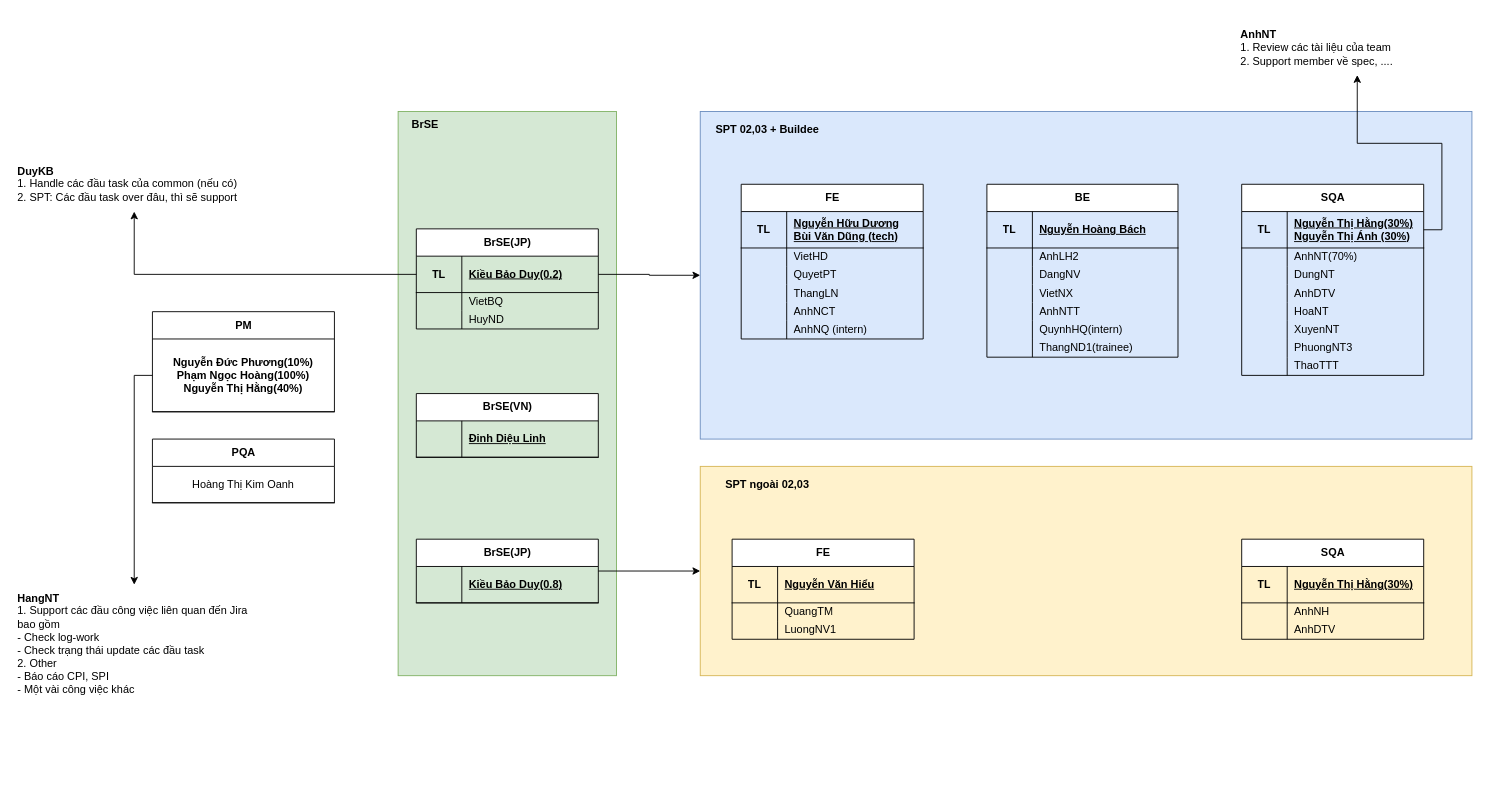
Above: page "Cơ cấu team" (7 of 9) of Biểu đồ không có tiêu đề.drawio in hoangpn256/diagram (draw.io), before the change. Source tidied: cells renumbered, new cells numbered last; positions are measured from the earlier drawing's top-left corner, leaving out a move shared by most shapes. Both pictures are drawn from the tidied source at 91%, with x=0, y=0 at pixel (15, 20).
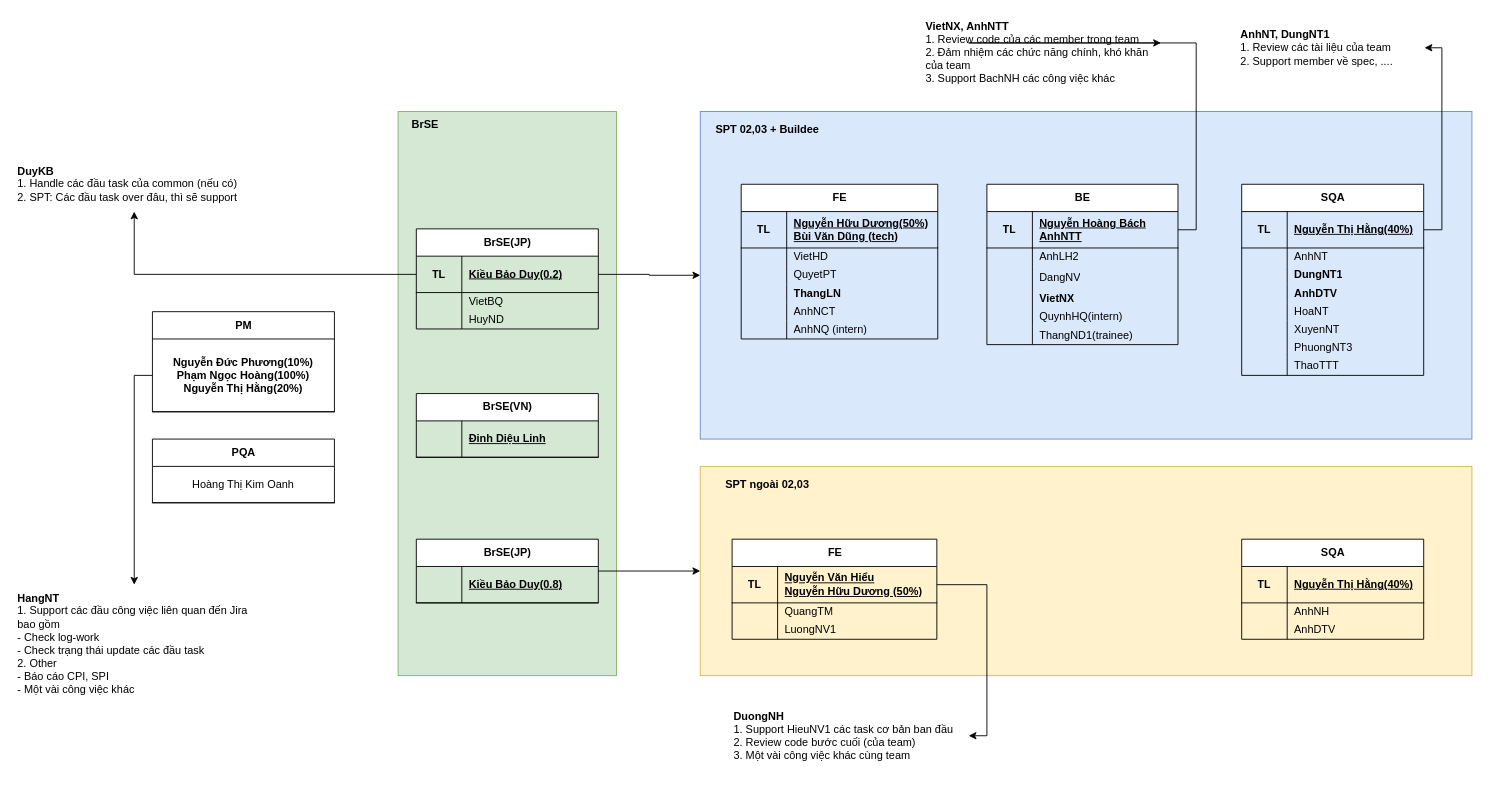
After the change.

Commit message:
Cập nhật Biểu đồ không có tiêu đề.drawio

Unchanged cells that the change refers to:
```xml
<mxCell id="25" style="shape=tableRow;horizontal=0;startSize=0;swimlaneHead=0;swimlaneBody=0;fillColor=none;points=[[0,0.5],[1,0.5]];portConstraint=eastwest;top=0;left=0;right=0;bottom=1;" parent="24" vertex="1">
  <mxGeometry y="30" width="210" height="40" as="geometry" />
</mxCell>
<mxCell id="46" value="SQA" style="shape=table;startSize=30;childLayout=tableLayout;rowLines=0;fontStyle=1;align=center;html=1;" parent="1" vertex="1">
  <mxGeometry x="1347" y="180" width="200" height="210" as="geometry" />
</mxCell>
<mxCell id="47" style="shape=tableRow;horizontal=0;startSize=0;swimlaneHead=0;swimlaneBody=0;fillColor=none;points=[[0,0.5],[1,0.5]];portConstraint=eastwest;top=0;left=0;right=0;bottom=1;" parent="46" vertex="1">
  <mxGeometry y="30" width="200" height="40" as="geometry" />
</mxCell>
<mxCell id="53" style="shape=tableRow;horizontal=0;startSize=0;swimlaneHead=0;swimlaneBody=0;fillColor=none;top=0;left=0;right=0;bottom=0;" parent="46" vertex="1">
  <mxGeometry y="90" width="200" height="20" as="geometry" />
</mxCell>
<mxCell id="56" style="shape=tableRow;horizontal=0;startSize=0;swimlaneHead=0;swimlaneBody=0;fillColor=none;top=0;left=0;right=0;bottom=0;" parent="46" vertex="1">
  <mxGeometry y="110" width="200" height="20" as="geometry" />
</mxCell>
<mxCell id="82" style="shape=tableRow;horizontal=0;startSize=0;swimlaneHead=0;swimlaneBody=0;fillColor=none;points=[[0,0.5],[1,0.5]];portConstraint=eastwest;top=0;left=0;right=0;bottom=1;" parent="81" vertex="1">
  <mxGeometry y="30" width="200" height="80" as="geometry" />
</mxCell>
<mxCell id="102" style="shape=tableRow;horizontal=0;startSize=0;swimlaneHead=0;swimlaneBody=0;fillColor=none;top=0;left=0;right=0;bottom=1;" parent="101" vertex="1">
  <mxGeometry y="30" width="200" height="40" as="geometry" />
</mxCell>
```

Diff of the diagram source:
```diff
@@
     <mxCell id="5" value="FE" style="shape=table;startSize=30;childLayout=tableLayout;rowLines=0;fontStyle=1;align=center;html=1;" parent="1" vertex="1">
-      <mxGeometry x="797" y="180" width="200" height="170" as="geometry" />
+      <mxGeometry x="797" y="180" width="216" height="170" as="geometry" />
     </mxCell>
     <mxCell id="6" style="shape=tableRow;horizontal=0;startSize=0;swimlaneHead=0;swimlaneBody=0;fillColor=none;top=0;left=0;right=0;bottom=1;" parent="5" vertex="1">
-      <mxGeometry y="30" width="200" height="40" as="geometry" />
+      <mxGeometry y="30" width="216" height="40" as="geometry" />
     </mxCell>
@@
-    <mxCell id="8" value="Nguyễn Hữu Dương&lt;br&gt;Bùi Văn Dũng (tech)" style="shape=partialRectangle;fillColor=none;top=0;left=0;bottom=0;right=0;align=left;spacingLeft=6;fontStyle=5;overflow=hidden;whiteSpace=wrap;html=1;" parent="6" vertex="1">
-      <mxGeometry x="50" width="150" height="40" as="geometry" />
+    <mxCell id="8" value="Nguyễn Hữu Dương(50%)&lt;br&gt;Bùi Văn Dũng (tech)" style="shape=partialRectangle;fillColor=none;top=0;left=0;bottom=0;right=0;align=left;spacingLeft=6;fontStyle=5;overflow=hidden;whiteSpace=wrap;html=1;" parent="6" vertex="1">
+      <mxGeometry x="50" width="166" height="40" as="geometry" />
     </mxCell>
     <mxCell id="9" style="shape=tableRow;horizontal=0;startSize=0;swimlaneHead=0;swimlaneBody=0;fillColor=none;top=0;left=0;right=0;bottom=0;" parent="5" vertex="1">
-      <mxGeometry y="70" width="200" height="20" as="geometry" />
+      <mxGeometry y="70" width="216" height="20" as="geometry" />
     </mxCell>
@@
     <mxCell id="11" value="VietHD" style="shape=partialRectangle;fillColor=none;top=0;left=0;bottom=0;right=0;align=left;spacingLeft=6;overflow=hidden;whiteSpace=wrap;html=1;" parent="9" vertex="1">
-      <mxGeometry x="50" width="150" height="20" as="geometry" />
+      <mxGeometry x="50" width="166" height="20" as="geometry" />
     </mxCell>
     <mxCell id="12" style="shape=tableRow;horizontal=0;startSize=0;swimlaneHead=0;swimlaneBody=0;fillColor=none;top=0;left=0;right=0;bottom=0;" parent="5" vertex="1">
-      <mxGeometry y="90" width="200" height="20" as="geometry" />
+      <mxGeometry y="90" width="216" height="20" as="geometry" />
     </mxCell>
@@
     <mxCell id="14" value="QuyetPT" style="shape=partialRectangle;fillColor=none;top=0;left=0;bottom=0;right=0;align=left;spacingLeft=6;overflow=hidden;whiteSpace=wrap;html=1;" parent="12" vertex="1">
-      <mxGeometry x="50" width="150" height="20" as="geometry" />
+      <mxGeometry x="50" width="166" height="20" as="geometry" />
     </mxCell>
     <mxCell id="15" style="shape=tableRow;horizontal=0;startSize=0;swimlaneHead=0;swimlaneBody=0;fillColor=none;top=0;left=0;right=0;bottom=0;" parent="5" vertex="1">
-      <mxGeometry y="110" width="200" height="20" as="geometry" />
+      <mxGeometry y="110" width="216" height="20" as="geometry" />
     </mxCell>
@@
-    <mxCell id="17" value="ThangLN" style="shape=partialRectangle;fillColor=none;top=0;left=0;bottom=0;right=0;align=left;spacingLeft=6;overflow=hidden;whiteSpace=wrap;html=1;" parent="15" vertex="1">
-      <mxGeometry x="50" width="150" height="20" as="geometry" />
+    <mxCell id="17" value="ThangLN" style="shape=partialRectangle;fillColor=none;top=0;left=0;bottom=0;right=0;align=left;spacingLeft=6;overflow=hidden;whiteSpace=wrap;html=1;fontStyle=1;" parent="15" vertex="1">
+      <mxGeometry x="50" width="166" height="20" as="geometry" />
     </mxCell>
     <mxCell id="18" style="shape=tableRow;horizontal=0;startSize=0;swimlaneHead=0;swimlaneBody=0;fillColor=none;top=0;left=0;right=0;bottom=0;" parent="5" vertex="1">
-      <mxGeometry y="130" width="200" height="20" as="geometry" />
+      <mxGeometry y="130" width="216" height="20" as="geometry" />
     </mxCell>
@@
     <mxCell id="20" value="AnhNCT" style="shape=partialRectangle;fillColor=none;top=0;left=0;bottom=0;right=0;align=left;spacingLeft=6;overflow=hidden;whiteSpace=wrap;html=1;" parent="18" vertex="1">
-      <mxGeometry x="50" width="150" height="20" as="geometry" />
+      <mxGeometry x="50" width="166" height="20" as="geometry" />
     </mxCell>
     <mxCell id="21" style="shape=tableRow;horizontal=0;startSize=0;swimlaneHead=0;swimlaneBody=0;fillColor=none;top=0;left=0;right=0;bottom=0;" parent="5" vertex="1">
-      <mxGeometry y="150" width="200" height="20" as="geometry" />
+      <mxGeometry y="150" width="216" height="20" as="geometry" />
     </mxCell>
@@
     <mxCell id="23" value="AnhNQ (intern)" style="shape=partialRectangle;fillColor=none;top=0;left=0;bottom=0;right=0;align=left;spacingLeft=6;overflow=hidden;whiteSpace=wrap;html=1;" parent="21" vertex="1">
-      <mxGeometry x="50" width="150" height="20" as="geometry" />
+      <mxGeometry x="50" width="166" height="20" as="geometry" />
     </mxCell>
     <mxCell id="24" value="BE" style="shape=table;startSize=30;childLayout=tableLayout;rowLines=0;fontStyle=1;align=center;html=1;" parent="1" vertex="1">
-      <mxGeometry x="1067" y="180" width="210" height="190" as="geometry" />
+      <mxGeometry x="1067" y="180" width="210" height="176.2" as="geometry" />
     </mxCell>
@@
-    <mxCell id="27" value="Nguyễn Hoàng Bách" style="shape=partialRectangle;fillColor=none;top=0;left=0;bottom=0;right=0;align=left;spacingLeft=6;fontStyle=5;overflow=hidden;whiteSpace=wrap;html=1;" parent="25" vertex="1">
+    <mxCell id="27" value="Nguyễn Hoàng Bách&lt;br&gt;AnhNTT" style="shape=partialRectangle;fillColor=none;top=0;left=0;bottom=0;right=0;align=left;spacingLeft=6;fontStyle=5;overflow=hidden;whiteSpace=wrap;html=1;" parent="25" vertex="1">
       <mxGeometry x="50" width="160" height="40" as="geometry" />
     </mxCell>
@@
     <mxCell id="31" style="shape=tableRow;horizontal=0;startSize=0;swimlaneHead=0;swimlaneBody=0;fillColor=none;top=0;left=0;right=0;bottom=0;" parent="24" vertex="1">
-      <mxGeometry y="90" width="210" height="20" as="geometry" />
+      <mxGeometry y="90" width="210" height="25" as="geometry" />
     </mxCell>
     <mxCell id="32" style="shape=partialRectangle;fillColor=none;top=0;left=0;bottom=0;right=0;overflow=hidden;whiteSpace=wrap;html=1;" parent="31" vertex="1">
-      <mxGeometry width="50" height="20" as="geometry" />
+      <mxGeometry width="50" height="25" as="geometry" />
     </mxCell>
     <mxCell id="33" value="DangNV" style="shape=partialRectangle;fillColor=none;top=0;left=0;bottom=0;right=0;align=left;spacingLeft=6;overflow=hidden;whiteSpace=wrap;html=1;" parent="31" vertex="1">
-      <mxGeometry x="50" width="160" height="20" as="geometry" />
+      <mxGeometry x="50" width="160" height="25" as="geometry" />
     </mxCell>
     <mxCell id="34" style="shape=tableRow;horizontal=0;startSize=0;swimlaneHead=0;swimlaneBody=0;fillColor=none;top=0;left=0;right=0;bottom=0;" parent="24" vertex="1">
-      <mxGeometry y="110" width="210" height="20" as="geometry" />
+      <mxGeometry y="115" width="210" height="21" as="geometry" />
     </mxCell>
     <mxCell id="35" style="shape=partialRectangle;fillColor=none;top=0;left=0;bottom=0;right=0;overflow=hidden;whiteSpace=wrap;html=1;" parent="34" vertex="1">
-      <mxGeometry width="50" height="20" as="geometry" />
+      <mxGeometry width="50" height="21" as="geometry" />
     </mxCell>
-    <mxCell id="36" value="VietNX" style="shape=partialRectangle;fillColor=none;top=0;left=0;bottom=0;right=0;align=left;spacingLeft=6;overflow=hidden;whiteSpace=wrap;html=1;" parent="34" vertex="1">
-      <mxGeometry x="50" width="160" height="20" as="geometry" />
+    <mxCell id="36" value="&lt;b&gt;VietNX&lt;/b&gt;" style="shape=partialRectangle;fillColor=none;top=0;left=0;bottom=0;right=0;align=left;spacingLeft=6;overflow=hidden;whiteSpace=wrap;html=1;" parent="34" vertex="1">
+      <mxGeometry x="50" width="160" height="21" as="geometry" />
     </mxCell>
-    <mxCell id="37" style="shape=tableRow;horizontal=0;startSize=0;swimlaneHead=0;swimlaneBody=0;fillColor=none;top=0;left=0;right=0;bottom=0;" parent="24" vertex="1">
-      <mxGeometry y="130" width="210" height="20" as="geometry" />
-    </mxCell>
-    <mxCell id="38" style="shape=partialRectangle;fillColor=none;top=0;left=0;bottom=0;right=0;overflow=hidden;whiteSpace=wrap;html=1;" parent="37" vertex="1">
-      <mxGeometry width="50" height="20" as="geometry" />
-    </mxCell>
-    <mxCell id="39" value="AnhNTT" style="shape=partialRectangle;fillColor=none;top=0;left=0;bottom=0;right=0;align=left;spacingLeft=6;overflow=hidden;whiteSpace=wrap;html=1;" parent="37" vertex="1">
-      <mxGeometry x="50" width="160" height="20" as="geometry" />
-    </mxCell>
     <mxCell id="40" style="shape=tableRow;horizontal=0;startSize=0;swimlaneHead=0;swimlaneBody=0;fillColor=none;top=0;left=0;right=0;bottom=0;" parent="24" vertex="1">
-      <mxGeometry y="150" width="210" height="20" as="geometry" />
+      <mxGeometry y="136" width="210" height="20" as="geometry" />
     </mxCell>
@@
     <mxCell id="43" style="shape=tableRow;horizontal=0;startSize=0;swimlaneHead=0;swimlaneBody=0;fillColor=none;top=0;left=0;right=0;bottom=0;" parent="24" vertex="1">
-      <mxGeometry y="170" width="210" height="20" as="geometry" />
+      <mxGeometry y="156" width="210" height="20" as="geometry" />
     </mxCell>
@@
-    <mxCell id="49" value="Nguyễn Thị Hằng(30%)&lt;br&gt;Nguyễn Thị Ánh (30%)" style="shape=partialRectangle;fillColor=none;top=0;left=0;bottom=0;right=0;align=left;spacingLeft=6;fontStyle=5;overflow=hidden;whiteSpace=wrap;html=1;" parent="47" vertex="1">
+    <mxCell id="49" value="Nguyễn Thị Hằng(40%)" style="shape=partialRectangle;fillColor=none;top=0;left=0;bottom=0;right=0;align=left;spacingLeft=6;fontStyle=5;overflow=hidden;whiteSpace=wrap;html=1;" parent="47" vertex="1">
       <mxGeometry x="50" width="150" height="40" as="geometry" />
     </mxCell>
-    <mxCell id="50" style="shape=tableRow;horizontal=0;startSize=0;swimlaneHead=0;swimlaneBody=0;fillColor=none;top=0;left=0;right=0;bottom=0;" parent="46" vertex="1">
+    <mxCell id="50" style="shape=tableRow;horizontal=0;startSize=0;swimlaneHead=0;swimlaneBody=0;fillColor=none;top=0;left=0;right=0;bottom=0;fontStyle=1;" parent="46" vertex="1">
       <mxGeometry y="70" width="200" height="20" as="geometry" />
     </mxCell>
@@
-    <mxCell id="52" value="AnhNT(70%)" style="shape=partialRectangle;fillColor=none;top=0;left=0;bottom=0;right=0;align=left;spacingLeft=6;overflow=hidden;whiteSpace=wrap;html=1;" parent="50" vertex="1">
+    <mxCell id="52" value="AnhNT" style="shape=partialRectangle;fillColor=none;top=0;left=0;bottom=0;right=0;align=left;spacingLeft=6;overflow=hidden;whiteSpace=wrap;html=1;" parent="50" vertex="1">
       <mxGeometry x="50" width="150" height="20" as="geometry" />
     </mxCell>
@@
-    <mxCell id="55" value="DungNT" style="shape=partialRectangle;fillColor=none;top=0;left=0;bottom=0;right=0;align=left;spacingLeft=6;overflow=hidden;whiteSpace=wrap;html=1;" parent="53" vertex="1">
+    <mxCell id="55" value="&lt;b&gt;DungNT1&lt;/b&gt;" style="shape=partialRectangle;fillColor=none;top=0;left=0;bottom=0;right=0;align=left;spacingLeft=6;overflow=hidden;whiteSpace=wrap;html=1;" parent="53" vertex="1">
       <mxGeometry x="50" width="150" height="20" as="geometry" />
     </mxCell>
@@
-    <mxCell id="58" value="AnhDTV" style="shape=partialRectangle;fillColor=none;top=0;left=0;bottom=0;right=0;align=left;spacingLeft=6;overflow=hidden;whiteSpace=wrap;html=1;" parent="56" vertex="1">
+    <mxCell id="58" value="&lt;b&gt;AnhDTV&lt;/b&gt;" style="shape=partialRectangle;fillColor=none;top=0;left=0;bottom=0;right=0;align=left;spacingLeft=6;overflow=hidden;whiteSpace=wrap;html=1;" parent="56" vertex="1">
       <mxGeometry x="50" width="150" height="20" as="geometry" />
     </mxCell>
@@
-    <mxCell id="83" value="Nguyễn Đức Phương(10%)&lt;br&gt;Phạm Ngọc Hoàng(100%)&lt;br&gt;Nguyễn Thị Hằng(40%)" style="shape=partialRectangle;fillColor=none;top=0;left=0;bottom=0;right=0;fontStyle=1;overflow=hidden;whiteSpace=wrap;html=1;" parent="82" vertex="1">
+    <mxCell id="83" value="Nguyễn Đức Phương(10%)&lt;br&gt;Phạm Ngọc Hoàng(100%)&lt;br&gt;Nguyễn Thị Hằng(20%)" style="shape=partialRectangle;fillColor=none;top=0;left=0;bottom=0;right=0;fontStyle=1;overflow=hidden;whiteSpace=wrap;html=1;" parent="82" vertex="1">
       <mxGeometry width="200" height="80" as="geometry" />
     </mxCell>
@@
     <mxCell id="91" value="FE" style="shape=table;startSize=30;childLayout=tableLayout;rowLines=0;fontStyle=1;align=center;html=1;" parent="1" vertex="1">
-      <mxGeometry x="787" y="570" width="200" height="110" as="geometry" />
+      <mxGeometry x="787" y="570" width="225" height="110" as="geometry" />
     </mxCell>
     <mxCell id="92" style="shape=tableRow;horizontal=0;startSize=0;swimlaneHead=0;swimlaneBody=0;fillColor=none;points=[[0,0.5],[1,0.5]];portConstraint=eastwest;top=0;left=0;right=0;bottom=1;" parent="91" vertex="1">
-      <mxGeometry y="30" width="200" height="40" as="geometry" />
+      <mxGeometry y="30" width="225" height="40" as="geometry" />
     </mxCell>
@@
-    <mxCell id="94" value="Nguyễn Văn Hiểu" style="shape=partialRectangle;fillColor=none;top=0;left=0;bottom=0;right=0;align=left;spacingLeft=6;fontStyle=5;overflow=hidden;whiteSpace=wrap;html=1;" parent="92" vertex="1">
-      <mxGeometry x="50" width="150" height="40" as="geometry" />
+    <mxCell id="94" value="Nguyễn Văn Hiểu&lt;br&gt;Nguyễn Hữu Dương (50%)" style="shape=partialRectangle;fillColor=none;top=0;left=0;bottom=0;right=0;align=left;spacingLeft=6;fontStyle=5;overflow=hidden;whiteSpace=wrap;html=1;" parent="92" vertex="1">
+      <mxGeometry x="50" width="175" height="40" as="geometry" />
     </mxCell>
     <mxCell id="95" style="shape=tableRow;horizontal=0;startSize=0;swimlaneHead=0;swimlaneBody=0;fillColor=none;top=0;left=0;right=0;bottom=0;" parent="91" vertex="1">
-      <mxGeometry y="70" width="200" height="20" as="geometry" />
+      <mxGeometry y="70" width="225" height="20" as="geometry" />
     </mxCell>
@@
     <mxCell id="97" value="QuangTM" style="shape=partialRectangle;fillColor=none;top=0;left=0;bottom=0;right=0;align=left;spacingLeft=6;overflow=hidden;whiteSpace=wrap;html=1;" parent="95" vertex="1">
-      <mxGeometry x="50" width="150" height="20" as="geometry" />
+      <mxGeometry x="50" width="175" height="20" as="geometry" />
     </mxCell>
     <mxCell id="98" style="shape=tableRow;horizontal=0;startSize=0;swimlaneHead=0;swimlaneBody=0;fillColor=none;top=0;left=0;right=0;bottom=0;" parent="91" vertex="1">
-      <mxGeometry y="90" width="200" height="20" as="geometry" />
+      <mxGeometry y="90" width="225" height="20" as="geometry" />
     </mxCell>
@@
     <mxCell id="100" value="LuongNV1" style="shape=partialRectangle;fillColor=none;top=0;left=0;bottom=0;right=0;align=left;spacingLeft=6;overflow=hidden;whiteSpace=wrap;html=1;" parent="98" vertex="1">
-      <mxGeometry x="50" width="150" height="20" as="geometry" />
+      <mxGeometry x="50" width="175" height="20" as="geometry" />
     </mxCell>
@@
-    <mxCell id="104" value="Nguyễn Thị Hằng(30%)" style="shape=partialRectangle;fillColor=none;top=0;left=0;bottom=0;right=0;align=left;spacingLeft=6;fontStyle=5;overflow=hidden;whiteSpace=wrap;html=1;" parent="102" vertex="1">
+    <mxCell id="104" value="Nguyễn Thị Hằng(40%)" style="shape=partialRectangle;fillColor=none;top=0;left=0;bottom=0;right=0;align=left;spacingLeft=6;fontStyle=5;overflow=hidden;whiteSpace=wrap;html=1;" parent="102" vertex="1">
       <mxGeometry x="50" width="150" height="40" as="geometry" />
     </mxCell>
@@
-    <mxCell id="124" value="&lt;b&gt;AnhNT&lt;/b&gt;&lt;br&gt;1. Review các tài liệu của team&lt;br&gt;2. Support member về spec, ...." style="text;html=1;strokeColor=none;fillColor=none;align=left;verticalAlign=middle;whiteSpace=wrap;rounded=0;" parent="1" vertex="1">
-      <mxGeometry x="1344" width="260" height="60" as="geometry" />
+    <mxCell id="124" value="&lt;b&gt;AnhNT, DungNT1&lt;/b&gt;&lt;br&gt;1. Review các tài liệu của team&lt;br&gt;2. Support member về spec, ...." style="text;html=1;strokeColor=none;fillColor=none;align=left;verticalAlign=middle;whiteSpace=wrap;rounded=0;" parent="1" vertex="1">
+      <mxGeometry x="1344" width="204" height="60" as="geometry" />
     </mxCell>
-    <mxCell id="125" style="edgeStyle=orthogonalEdgeStyle;rounded=0;jettySize=auto;html=1;exitX=1;exitY=0.5;exitDx=0;exitDy=0;entryX=0.5;entryY=1;entryDx=0;entryDy=0;" parent="1" edge="1" source="47" target="124">
+    <mxCell id="125" style="edgeStyle=orthogonalEdgeStyle;rounded=0;jettySize=auto;html=1;exitX=1;exitY=0.5;exitDx=0;exitDy=0;entryX=1;entryY=0.5;entryDx=0;entryDy=0;" parent="1" edge="1" source="47" target="124">
       <mxGeometry relative="1" as="geometry" />
     </mxCell>
+    <mxCell id="126" value="&lt;b&gt;VietNX, AnhNTT&lt;/b&gt;&lt;br&gt;1. Review code của các member trong team&lt;br&gt;2. Đảm nhiệm các chức năng chính, khó khăn của team&lt;br&gt;3. Support BachNH các công việc khác" style="text;html=1;strokeColor=none;fillColor=none;align=left;verticalAlign=middle;whiteSpace=wrap;rounded=0;" parent="1" vertex="1">
+      <mxGeometry x="998" y="-5" width="260" height="80" as="geometry" />
+    </mxCell>
+    <mxCell id="127" style="edgeStyle=orthogonalEdgeStyle;rounded=0;jettySize=auto;html=1;exitX=1;exitY=0.5;exitDx=0;exitDy=0;entryX=1.001;entryY=0.371;entryDx=0;entryDy=0;entryPerimeter=0;" parent="1" edge="1" source="25" target="126">
+      <mxGeometry relative="1" as="geometry" />
+    </mxCell>
+    <mxCell id="128" value="&lt;b&gt;DuongNH&lt;/b&gt;&lt;br&gt;1. Support HieuNV1 các task cơ bản ban đầu&lt;br&gt;2. Review code bước cuối (của team)&lt;br&gt;3. Một vài công việc khác cùng team" style="text;html=1;strokeColor=none;fillColor=none;align=left;verticalAlign=middle;whiteSpace=wrap;rounded=0;" parent="1" vertex="1">
+      <mxGeometry x="787" y="746" width="260" height="80" as="geometry" />
+    </mxCell>
+    <mxCell id="129" style="edgeStyle=orthogonalEdgeStyle;rounded=0;jettySize=auto;html=1;exitX=1;exitY=0.5;exitDx=0;exitDy=0;entryX=1;entryY=0.5;entryDx=0;entryDy=0;" parent="1" edge="1" source="92" target="128">
+      <mxGeometry relative="1" as="geometry" />
+    </mxCell>
```
